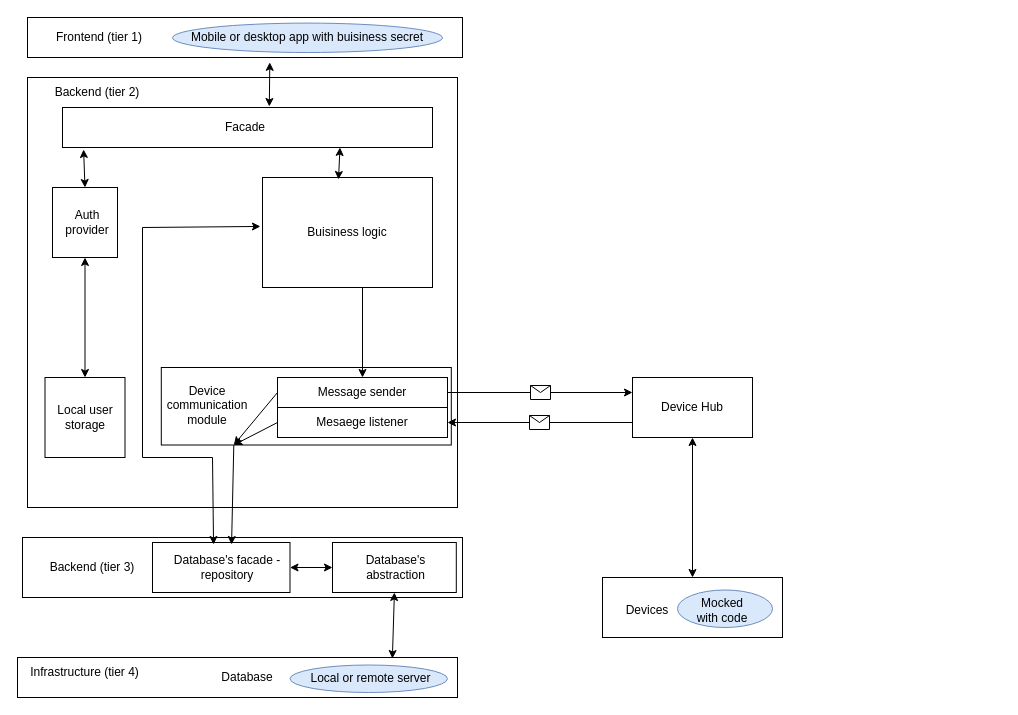
Przemo12121/DevicesManagementApi keeps this draw.io diagram as DevicesMenagement/DevicesMenagement/docs/devicesMenagement_archi.drawio. Above is the earlier version. Source tidied: cells renumbered, new cells numbered last; positions are measured from the earlier drawing's top-left corner, leaving out a move shared by most shapes. Both pictures are drawn from the tidied source at 100%, with x=0, y=0 at pixel (17, 17).
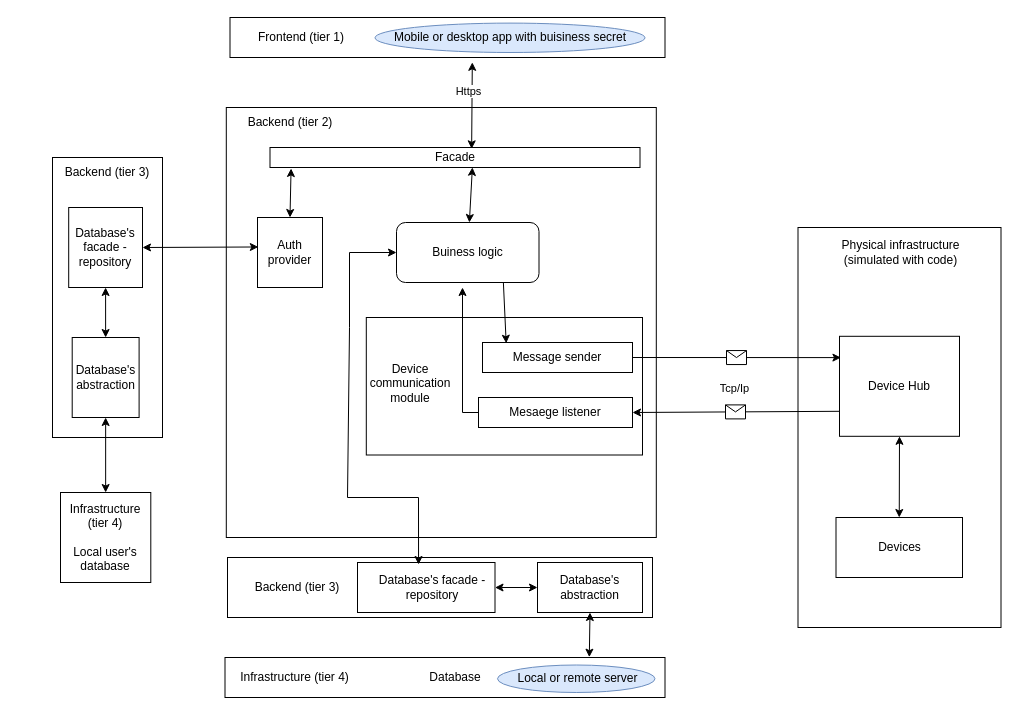
The same page after the edit.

Diff of the diagram source:
```diff
@@
+    <mxCell id="50" style="rounded=0;whiteSpace=wrap;html=1;" parent="1" vertex="1">
+      <mxGeometry x="780.5" y="210" width="203" height="400" as="geometry" />
+    </mxCell>
     <mxCell id="2" style="rounded=0;whiteSpace=wrap;html=1;" parent="1" vertex="1">
-      <mxGeometry x="5" y="520" width="440" height="60" as="geometry" />
+      <mxGeometry x="210" y="540" width="425" height="60" as="geometry" />
     </mxCell>
     <mxCell id="3" style="whiteSpace=wrap;html=1;" parent="1" vertex="1">
-      <mxGeometry x="10" y="60" width="430" height="430" as="geometry" />
+      <mxGeometry x="208.8" y="90" width="430" height="430" as="geometry" />
     </mxCell>
     <mxCell id="4" style="rounded=0;whiteSpace=wrap;html=1;" parent="1" vertex="1">
-      <mxGeometry x="10" width="435" height="40" as="geometry" />
+      <mxGeometry x="212.5" width="435" height="40" as="geometry" />
     </mxCell>
     <mxCell id="5" value="Frontend (tier 1)" style="text;html=1;strokeColor=none;fillColor=none;align=center;verticalAlign=middle;whiteSpace=wrap;rounded=0;" parent="1" vertex="1">
-      <mxGeometry x="12.5" y="5" width="137.5" height="30" as="geometry" />
+      <mxGeometry x="215" y="5" width="137.5" height="30" as="geometry" />
     </mxCell>
     <mxCell id="6" value="&lt;div&gt;Backend (tier 2)&lt;/div&gt;" style="text;html=1;strokeColor=none;fillColor=none;align=center;verticalAlign=middle;whiteSpace=wrap;rounded=0;" parent="1" vertex="1">
-      <mxGeometry x="10" y="60" width="140" height="30" as="geometry" />
+      <mxGeometry x="202.5" y="90" width="140" height="30" as="geometry" />
     </mxCell>
-    <mxCell id="7" style="rounded=0;whiteSpace=wrap;html=1;" parent="1" vertex="1">
-      <mxGeometry x="45" y="90" width="370" height="40" as="geometry" />
+    <mxCell id="7" value="Facade" style="rounded=0;whiteSpace=wrap;html=1;" parent="1" vertex="1">
+      <mxGeometry x="252.5" y="130" width="370" height="20" as="geometry" />
     </mxCell>
-    <mxCell id="8" value="Facade" style="text;html=1;strokeColor=none;fillColor=none;align=center;verticalAlign=middle;whiteSpace=wrap;rounded=0;" parent="1" vertex="1">
-      <mxGeometry x="177.5" y="95" width="100" height="30" as="geometry" />
-    </mxCell>
     <mxCell id="9" style="rounded=0;whiteSpace=wrap;html=1;" parent="1" vertex="1">
-      <mxGeometry y="640" width="440" height="40" as="geometry" />
+      <mxGeometry x="207.5" y="640" width="440" height="40" as="geometry" />
     </mxCell>
     <mxCell id="10" value="Database " style="text;html=1;strokeColor=none;fillColor=none;align=center;verticalAlign=middle;whiteSpace=wrap;rounded=0;" parent="1" vertex="1">
-      <mxGeometry x="120" y="645" width="220" height="30" as="geometry" />
+      <mxGeometry x="327.5" y="645" width="220" height="30" as="geometry" />
     </mxCell>
-    <mxCell id="11" style="rounded=0;whiteSpace=wrap;html=1;" parent="1" vertex="1">
-      <mxGeometry x="315" y="525" width="123.8" height="50" as="geometry" />
+    <mxCell id="11" value="Database's  abstraction" style="rounded=0;whiteSpace=wrap;html=1;" parent="1" vertex="1">
+      <mxGeometry x="520" y="545" width="105" height="50" as="geometry" />
     </mxCell>
-    <mxCell id="12" value="Database's  abstraction" style="text;html=1;strokeColor=none;fillColor=none;align=center;verticalAlign=middle;whiteSpace=wrap;rounded=0;" parent="1" vertex="1">
-      <mxGeometry x="336" y="535" width="85" height="30" as="geometry" />
-    </mxCell>
     <mxCell id="13" style="rounded=0;whiteSpace=wrap;html=1;" parent="1" vertex="1">
-      <mxGeometry x="135" y="525" width="137.5" height="50" as="geometry" />
+      <mxGeometry x="340" y="545" width="137.5" height="50" as="geometry" />
     </mxCell>
     <mxCell id="14" value="Database's facade - repository" style="text;html=1;strokeColor=none;fillColor=none;align=center;verticalAlign=middle;whiteSpace=wrap;rounded=0;" parent="1" vertex="1">
-      <mxGeometry x="155" y="535" width="110" height="30" as="geometry" />
+      <mxGeometry x="360" y="555" width="110" height="30" as="geometry" />
     </mxCell>
@@
-    <mxCell id="16" style="endArrow=classic;startArrow=classic;html=1;rounded=0;entryX=0.5;entryY=1;entryDx=0;entryDy=0;exitX=0.852;exitY=0.025;exitDx=0;exitDy=0;exitPerimeter=0;" parent="1" edge="1" source="9" target="11">
+    <mxCell id="16" style="endArrow=classic;startArrow=classic;html=1;rounded=0;entryX=0.5;entryY=1;entryDx=0;entryDy=0;exitX=0.828;exitY=-0.008;exitDx=0;exitDy=0;exitPerimeter=0;" parent="1" edge="1" source="9" target="11">
       <mxGeometry relative="1" as="geometry" />
     </mxCell>
-    <mxCell id="17" style="endArrow=classic;startArrow=classic;html=1;rounded=0;entryX=-0.012;entryY=0.445;entryDx=0;entryDy=0;entryPerimeter=0;exitX=0.444;exitY=0.04;exitDx=0;exitDy=0;exitPerimeter=0;" parent="1" edge="1" source="13" target="44">
+    <mxCell id="17" style="endArrow=classic;startArrow=classic;html=1;rounded=0;entryX=0;entryY=0.5;entryDx=0;entryDy=0;exitX=0.444;exitY=0.04;exitDx=0;exitDy=0;exitPerimeter=0;" parent="1" edge="1" source="13" target="60">
       <mxGeometry relative="1" as="geometry">
         <Array as="points">
-          <mxPoint x="195" y="440" />
-          <mxPoint x="125" y="440" />
-          <mxPoint x="125" y="210" />
+          <mxPoint x="401" y="480" />
+          <mxPoint x="330" y="480" />
+          <mxPoint x="332" y="310" />
+          <mxPoint x="332" y="235" />
         </Array>
       </mxGeometry>
     </mxCell>
-    <mxCell id="18" style="rounded=0;whiteSpace=wrap;html=1;" parent="1" vertex="1">
-      <mxGeometry x="585" y="560" width="180" height="60" as="geometry" />
+    <mxCell id="18" value="Devices" style="rounded=0;whiteSpace=wrap;html=1;" parent="1" vertex="1">
+      <mxGeometry x="818.5" y="500" width="126.5" height="60" as="geometry" />
     </mxCell>
-    <mxCell id="19" value="Devices" style="text;html=1;strokeColor=none;fillColor=none;align=center;verticalAlign=middle;whiteSpace=wrap;rounded=0;" parent="1" vertex="1">
-      <mxGeometry x="600" y="577.5" width="60" height="30" as="geometry" />
-    </mxCell>
     <mxCell id="20" style="rounded=0;whiteSpace=wrap;html=1;" parent="1" vertex="1">
-      <mxGeometry x="143.8" y="350" width="290" height="77.5" as="geometry" />
+      <mxGeometry x="348.8" y="300" width="276.2" height="137.5" as="geometry" />
     </mxCell>
     <mxCell id="21" value="Device communication module" style="text;html=1;strokeColor=none;fillColor=none;align=center;verticalAlign=middle;whiteSpace=wrap;rounded=0;" parent="1" vertex="1">
-      <mxGeometry x="155" y="347.5" width="70" height="80" as="geometry" />
+      <mxGeometry x="357.5" y="313.8" width="70" height="105" as="geometry" />
     </mxCell>
-    <mxCell id="22" style="endArrow=classic;startArrow=classic;html=1;rounded=0;entryX=0.557;entryY=1.121;entryDx=0;entryDy=0;exitX=0.559;exitY=-0.025;exitDx=0;exitDy=0;exitPerimeter=0;entryPerimeter=0;" parent="1" edge="1" source="7" target="4">
+    <mxCell id="22" style="endArrow=classic;startArrow=classic;html=1;rounded=0;entryX=0.557;entryY=1.121;entryDx=0;entryDy=0;exitX=0.545;exitY=0.067;exitDx=0;exitDy=0;exitPerimeter=0;entryPerimeter=0;" parent="1" edge="1" source="7" target="4">
       <mxGeometry relative="1" as="geometry" />
     </mxCell>
-    <mxCell id="23" style="endArrow=classic;html=1;rounded=0;exitX=0.25;exitY=1;exitDx=0;exitDy=0;entryX=0.575;entryY=0.04;entryDx=0;entryDy=0;entryPerimeter=0;" parent="1" edge="1" source="20" target="13">
-      <mxGeometry relative="1" as="geometry" />
-    </mxCell>
-    <mxCell id="24" style="ellipse;whiteSpace=wrap;html=1;fillColor=#dae8fc;strokeColor=#6c8ebf;" parent="1" vertex="1">
-      <mxGeometry x="660" y="572.5" width="95" height="37.5" as="geometry" />
-    </mxCell>
-    <mxCell id="25" value="Mocked with code" style="text;html=1;strokeColor=none;fillColor=none;align=center;verticalAlign=middle;whiteSpace=wrap;rounded=0;" parent="1" vertex="1">
-      <mxGeometry x="675" y="577.5" width="60" height="30" as="geometry" />
-    </mxCell>
+    <mxCell id="51" value="Https" style="edgeLabel;html=1;align=center;verticalAlign=middle;" parent="22" vertex="1">
+      <mxGeometry x="0.31" y="-1" relative="1" as="geometry">
+        <mxPoint x="-5" y="-1" as="offset" />
+      </mxGeometry>
+    </mxCell>
     <mxCell id="26" style="ellipse;whiteSpace=wrap;html=1;fillColor=#dae8fc;strokeColor=#6c8ebf;" parent="1" vertex="1">
-      <mxGeometry x="272.5" y="647.5" width="157.5" height="27.5" as="geometry" />
+      <mxGeometry x="480" y="647.5" width="157.5" height="27.5" as="geometry" />
     </mxCell>
     <mxCell id="27" value="Local or remote server" style="text;html=1;strokeColor=none;fillColor=none;align=center;verticalAlign=middle;whiteSpace=wrap;rounded=0;" parent="1" vertex="1">
-      <mxGeometry x="272.5" y="646.2" width="161.2" height="30" as="geometry" />
+      <mxGeometry x="480" y="646.2" width="161.2" height="30" as="geometry" />
     </mxCell>
-    <mxCell id="28" style="rounded=0;whiteSpace=wrap;html=1;" parent="1" vertex="1">
-      <mxGeometry x="35" y="170" width="65" height="70" as="geometry" />
+    <mxCell id="28" value="Auth provider" style="rounded=0;whiteSpace=wrap;html=1;" parent="1" vertex="1">
+      <mxGeometry x="240" y="200" width="65" height="70" as="geometry" />
     </mxCell>
-    <mxCell id="29" value="Auth provider" style="text;html=1;strokeColor=none;fillColor=none;align=center;verticalAlign=middle;whiteSpace=wrap;rounded=0;" parent="1" vertex="1">
-      <mxGeometry x="40" y="190" width="60" height="30" as="geometry" />
-    </mxCell>
@@
-    <mxCell id="31" style="endArrow=classic;startArrow=classic;html=1;rounded=0;entryX=0.5;entryY=1;entryDx=0;entryDy=0;exitX=0.5;exitY=0;exitDx=0;exitDy=0;" parent="1" edge="1" source="47" target="28">
-      <mxGeometry relative="1" as="geometry" />
-    </mxCell>
     <mxCell id="32" value="Backend (tier 3)" style="text;html=1;strokeColor=none;fillColor=none;align=center;verticalAlign=middle;whiteSpace=wrap;rounded=0;" parent="1" vertex="1">
-      <mxGeometry x="20" y="535" width="110" height="30" as="geometry" />
+      <mxGeometry x="225" y="555" width="110" height="30" as="geometry" />
     </mxCell>
     <mxCell id="33" value="Infrastructure (tier 4)" style="text;html=1;strokeColor=none;fillColor=none;align=center;verticalAlign=middle;whiteSpace=wrap;rounded=0;" parent="1" vertex="1">
-      <mxGeometry x="5" y="640" width="125" height="30" as="geometry" />
+      <mxGeometry x="215" y="645" width="125" height="30" as="geometry" />
     </mxCell>
-    <mxCell id="34" style="rounded=0;whiteSpace=wrap;html=1;" parent="1" vertex="1">
-      <mxGeometry x="615" y="360" width="120" height="60" as="geometry" />
+    <mxCell id="34" value="Device Hub" style="rounded=0;whiteSpace=wrap;html=1;" parent="1" vertex="1">
+      <mxGeometry x="822" y="318.8" width="120" height="100" as="geometry" />
     </mxCell>
-    <mxCell id="35" value="Device Hub" style="text;html=1;strokeColor=none;fillColor=none;align=center;verticalAlign=middle;whiteSpace=wrap;rounded=0;" parent="1" vertex="1">
-      <mxGeometry x="625" y="375" width="100" height="30" as="geometry" />
-    </mxCell>
@@
     <mxCell id="37" value="Message sender" style="rounded=0;whiteSpace=wrap;html=1;" parent="1" vertex="1">
-      <mxGeometry x="260" y="360" width="170" height="30" as="geometry" />
+      <mxGeometry x="465" y="325" width="150" height="30" as="geometry" />
     </mxCell>
     <mxCell id="38" value="Mesaege listener" style="rounded=0;whiteSpace=wrap;html=1;" parent="1" vertex="1">
-      <mxGeometry x="260" y="390" width="170" height="30" as="geometry" />
+      <mxGeometry x="461" y="380" width="154" height="30" as="geometry" />
     </mxCell>
-    <mxCell id="39" style="endArrow=classic;html=1;rounded=0;entryX=0;entryY=0.25;entryDx=0;entryDy=0;exitX=1;exitY=0.5;exitDx=0;exitDy=0;" parent="1" edge="1" source="37" target="34">
+    <mxCell id="39" style="endArrow=classic;html=1;rounded=0;entryX=0.012;entryY=0.213;entryDx=0;entryDy=0;exitX=1;exitY=0.5;exitDx=0;exitDy=0;entryPerimeter=0;" parent="1" edge="1" source="37" target="34">
       <mxGeometry relative="1" as="geometry" />
     </mxCell>
@@
+    <mxCell id="52" value="Tcp/Ip" style="edgeLabel;html=1;align=center;verticalAlign=middle;" parent="39" vertex="1">
+      <mxGeometry x="0.3" y="-2" relative="1" as="geometry">
+        <mxPoint x="-33" y="28" as="offset" />
+      </mxGeometry>
+    </mxCell>
@@
     <mxCell id="43" value="Mobile or desktop app with buisiness secret" style="ellipse;whiteSpace=wrap;html=1;fillColor=#dae8fc;strokeColor=#6c8ebf;" parent="1" vertex="1">
-      <mxGeometry x="155" y="5.6" width="270" height="29.4" as="geometry" />
+      <mxGeometry x="357.5" y="5.6" width="270" height="29.4" as="geometry" />
     </mxCell>
-    <mxCell id="44" value="Buisiness logic" style="rounded=0;whiteSpace=wrap;html=1;" parent="1" vertex="1">
-      <mxGeometry x="245" y="160" width="170" height="110" as="geometry" />
-    </mxCell>
-    <mxCell id="45" style="endArrow=classic;startArrow=classic;html=1;rounded=0;entryX=0.75;entryY=1;entryDx=0;entryDy=0;exitX=0.447;exitY=0.018;exitDx=0;exitDy=0;exitPerimeter=0;" parent="1" edge="1" source="44" target="7">
-      <mxGeometry relative="1" as="geometry" />
-    </mxCell>
-    <mxCell id="46" style="endArrow=classic;html=1;rounded=0;entryX=0.5;entryY=0;entryDx=0;entryDy=0;" parent="1" edge="1" target="37">
-      <mxGeometry relative="1" as="geometry">
-        <mxPoint x="345" y="270" as="sourcePoint" />
-      </mxGeometry>
-    </mxCell>
-    <mxCell id="47" value="Local user storage" style="rounded=0;whiteSpace=wrap;html=1;" parent="1" vertex="1">
-      <mxGeometry x="27.5" y="360" width="80" height="80" as="geometry" />
-    </mxCell>
-    <mxCell id="48" style="endArrow=classic;html=1;rounded=0;entryX=0.25;entryY=1;entryDx=0;entryDy=0;exitX=0;exitY=0.5;exitDx=0;exitDy=0;" parent="1" edge="1" source="37" target="20">
-      <mxGeometry relative="1" as="geometry" />
+    <mxCell id="48" style="endArrow=classic;html=1;rounded=0;exitX=0;exitY=0.5;exitDx=0;exitDy=0;" parent="1" edge="1" source="37">
+      <mxGeometry relative="1" as="geometry">
+        <mxPoint x="465" y="340" as="targetPoint" />
+      </mxGeometry>
     </mxCell>
-    <mxCell id="49" style="endArrow=classic;html=1;rounded=0;entryX=0.25;entryY=1;entryDx=0;entryDy=0;exitX=0;exitY=0.5;exitDx=0;exitDy=0;" parent="1" edge="1" source="38" target="20">
-      <mxGeometry relative="1" as="geometry" />
+    <mxCell id="49" style="endArrow=classic;html=1;rounded=0;exitX=0;exitY=0.5;exitDx=0;exitDy=0;" parent="1" edge="1" source="38">
+      <mxGeometry relative="1" as="geometry">
+        <mxPoint x="445" y="270" as="targetPoint" />
+        <Array as="points">
+          <mxPoint x="445" y="395" />
+        </Array>
+      </mxGeometry>
     </mxCell>
+    <mxCell id="53" style="rounded=0;whiteSpace=wrap;html=1;" parent="1" vertex="1">
+      <mxGeometry x="35" y="140" width="110" height="280" as="geometry" />
+    </mxCell>
+    <mxCell id="54" value="Database's facade - repository" style="rounded=0;whiteSpace=wrap;html=1;" parent="1" vertex="1">
+      <mxGeometry x="51.2" y="190" width="73.8" height="80" as="geometry" />
+    </mxCell>
+    <mxCell id="12" value="Database's  abstraction" style="rounded=0;whiteSpace=wrap;html=1;" parent="1" vertex="1">
+      <mxGeometry x="54.7" y="320" width="66.9" height="80" as="geometry" />
+    </mxCell>
+    <mxCell id="55" style="endArrow=classic;startArrow=classic;html=1;rounded=0;entryX=0.5;entryY=1;entryDx=0;entryDy=0;" parent="1" edge="1" source="12" target="54">
+      <mxGeometry relative="1" as="geometry" />
+    </mxCell>
+    <mxCell id="56" value="Infrastructure (tier 4)&lt;br&gt;&lt;br&gt;Local user's database" style="rounded=0;whiteSpace=wrap;html=1;" parent="1" vertex="1">
+      <mxGeometry x="43" y="475" width="90.3" height="90" as="geometry" />
+    </mxCell>
+    <mxCell id="57" style="endArrow=classic;startArrow=classic;html=1;rounded=0;exitX=0.5;exitY=0;exitDx=0;exitDy=0;entryX=0.5;entryY=1;entryDx=0;entryDy=0;" parent="1" edge="1" source="56" target="12">
+      <mxGeometry relative="1" as="geometry" />
+    </mxCell>
+    <mxCell id="58" style="endArrow=classic;startArrow=classic;html=1;rounded=0;exitX=1;exitY=0.5;exitDx=0;exitDy=0;entryX=0.013;entryY=0.421;entryDx=0;entryDy=0;entryPerimeter=0;" parent="1" edge="1" source="54" target="28">
+      <mxGeometry relative="1" as="geometry" />
+    </mxCell>
+    <mxCell id="59" value="Physical infrastructure (simulated with code)" style="text;html=1;strokeColor=none;fillColor=none;align=center;verticalAlign=middle;whiteSpace=wrap;rounded=0;" parent="1" vertex="1">
+      <mxGeometry x="807" y="220" width="153" height="30" as="geometry" />
+    </mxCell>
+    <mxCell id="60" value="Buiness logic" style="rounded=1;whiteSpace=wrap;html=1;" parent="1" vertex="1">
+      <mxGeometry x="379" y="205" width="142.5" height="60" as="geometry" />
+    </mxCell>
+    <mxCell id="61" style="endArrow=classic;startArrow=classic;html=1;rounded=0;entryX=0.547;entryY=0.993;entryDx=0;entryDy=0;entryPerimeter=0;" parent="1" edge="1" source="60" target="7">
+      <mxGeometry relative="1" as="geometry" />
+    </mxCell>
+    <mxCell id="62" value="&lt;div&gt;Backend (tier 3)&lt;/div&gt;" style="text;html=1;strokeColor=none;fillColor=none;align=center;verticalAlign=middle;whiteSpace=wrap;rounded=0;" parent="1" vertex="1">
+      <mxGeometry x="20" y="140" width="140" height="30" as="geometry" />
+    </mxCell>
+    <mxCell id="63" style="endArrow=classic;html=1;rounded=0;entryX=0.158;entryY=0.024;entryDx=0;entryDy=0;entryPerimeter=0;exitX=0.75;exitY=1;exitDx=0;exitDy=0;" parent="1" edge="1" source="60" target="37">
+      <mxGeometry relative="1" as="geometry" />
+    </mxCell>
```
